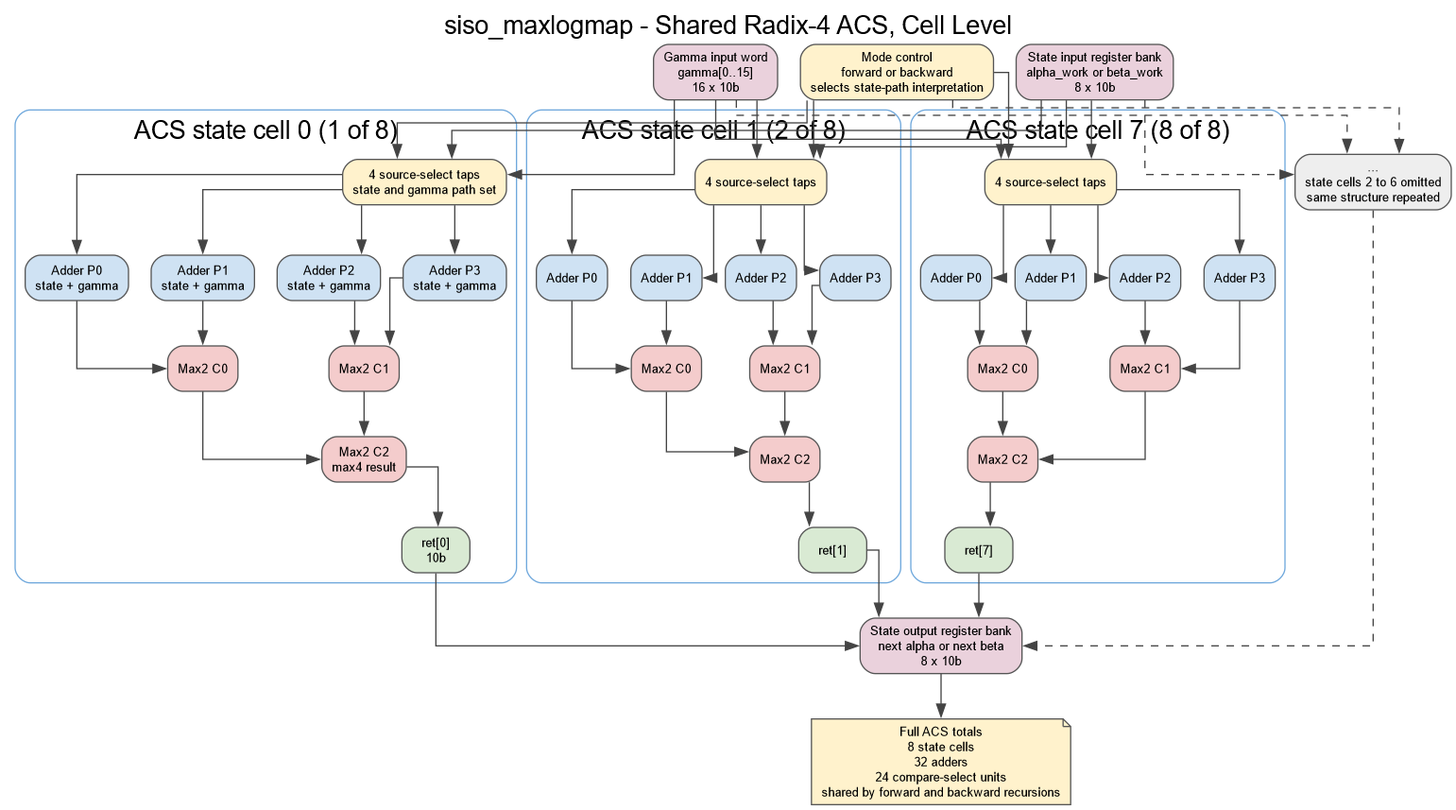
Earlier version of the Graphviz export architecture_exports/siso_maxlogmap/cell_level/SISO_RADIX4_ACS_CELL_LEVEL.png (HarshithaModekurty/Parallel-Turbo-Decoder-ASIC-for-3GPP-LTE). Its source is kept beside it as architecture_exports/siso_maxlogmap/cell_level/SISO_RADIX4_ACS_CELL_LEVEL.dot. Source of this version:
```dot
digraph G {
  rankdir=TB;
  splines=ortho;
  graph [labelloc=t, fontsize=20, fontname="Helvetica", label="siso_maxlogmap - Shared Radix-4 ACS, Cell Level"];
  node [shape=box, style="rounded,filled", fontname="Helvetica", fontsize=10, color="#555555", fillcolor="#f8f6ef"];
  edge [fontname="Helvetica", fontsize=9, color="#444444"];

  inreg [label="State input register bank\nalpha_work or beta_work\n8 x 10b", fillcolor="#ead1dc"];
  gamma [label="Gamma input word\ngamma[0..15]\n16 x 10b", fillcolor="#ead1dc"];
  mode [label="Mode control\nforward or backward\nselects state-path interpretation", fillcolor="#fff2cc"];

  subgraph cluster_cell0 {
    label="ACS state cell 0 (1 of 8)";
    color="#6fa8dc";
    style="rounded";
    mux0 [label="4 source-select taps\nstate and gamma path set", fillcolor="#fff2cc"];
    add00 [label="Adder P0\nstate + gamma", fillcolor="#cfe2f3"];
    add01 [label="Adder P1\nstate + gamma", fillcolor="#cfe2f3"];
    add02 [label="Adder P2\nstate + gamma", fillcolor="#cfe2f3"];
    add03 [label="Adder P3\nstate + gamma", fillcolor="#cfe2f3"];
    max0a [label="Max2 C0", fillcolor="#f4cccc"];
    max0b [label="Max2 C1", fillcolor="#f4cccc"];
    max0c [label="Max2 C2\nmax4 result", fillcolor="#f4cccc"];
    out0 [label="ret[0]\n10b", fillcolor="#d9ead3"];
  }

  subgraph cluster_cell1 {
    label="ACS state cell 1 (2 of 8)";
    color="#6fa8dc";
    style="rounded";
    mux1 [label="4 source-select taps", fillcolor="#fff2cc"];
    add10 [label="Adder P0", fillcolor="#cfe2f3"];
    add11 [label="Adder P1", fillcolor="#cfe2f3"];
    add12 [label="Adder P2", fillcolor="#cfe2f3"];
    add13 [label="Adder P3", fillcolor="#cfe2f3"];
    max1a [label="Max2 C0", fillcolor="#f4cccc"];
    max1b [label="Max2 C1", fillcolor="#f4cccc"];
    max1c [label="Max2 C2", fillcolor="#f4cccc"];
    out1 [label="ret[1]", fillcolor="#d9ead3"];
  }

  dots [label="...\nstate cells 2 to 6 omitted\nsame structure repeated", fillcolor="#eeeeee"];

  subgraph cluster_cell7 {
    label="ACS state cell 7 (8 of 8)";
    color="#6fa8dc";
    style="rounded";
    mux7 [label="4 source-select taps", fillcolor="#fff2cc"];
    add70 [label="Adder P0", fillcolor="#cfe2f3"];
    add71 [label="Adder P1", fillcolor="#cfe2f3"];
    add72 [label="Adder P2", fillcolor="#cfe2f3"];
    add73 [label="Adder P3", fillcolor="#cfe2f3"];
    max7a [label="Max2 C0", fillcolor="#f4cccc"];
    max7b [label="Max2 C1", fillcolor="#f4cccc"];
    max7c [label="Max2 C2", fillcolor="#f4cccc"];
    out7 [label="ret[7]", fillcolor="#d9ead3"];
  }

  outreg [label="State output register bank\nnext alpha or next beta\n8 x 10b", fillcolor="#ead1dc"];
  note [label="Full ACS totals\n8 state cells\n32 adders\n24 compare-select units\nshared by forward and backward recursions", shape=note, fillcolor="#fff2cc"];

  inreg -> mux0;
  gamma -> mux0;
  mode -> mux0;
  mux0 -> add00;
  mux0 -> add01;
  mux0 -> add02;
  mux0 -> add03;
  add00 -> max0a;
  add01 -> max0a;
  add02 -> max0b;
  add03 -> max0b;
  max0a -> max0c;
  max0b -> max0c;
  max0c -> out0;

  inreg -> mux1;
  gamma -> mux1;
  mode -> mux1;
  mux1 -> add10;
  mux1 -> add11;
  mux1 -> add12;
  mux1 -> add13;
  add10 -> max1a;
  add11 -> max1a;
  add12 -> max1b;
  add13 -> max1b;
  max1a -> max1c;
  max1b -> max1c;
  max1c -> out1;

  inreg -> dots [style=dashed];
  gamma -> dots [style=dashed];
  mode -> dots [style=dashed];

  inreg -> mux7;
  gamma -> mux7;
  mode -> mux7;
  mux7 -> add70;
  mux7 -> add71;
  mux7 -> add72;
  mux7 -> add73;
  add70 -> max7a;
  add71 -> max7a;
  add72 -> max7b;
  add73 -> max7b;
  max7a -> max7c;
  max7b -> max7c;
  max7c -> out7;

  out0 -> outreg;
  out1 -> outreg;
  dots -> outreg [style=dashed];
  out7 -> outreg;
  outreg -> note;
}
```
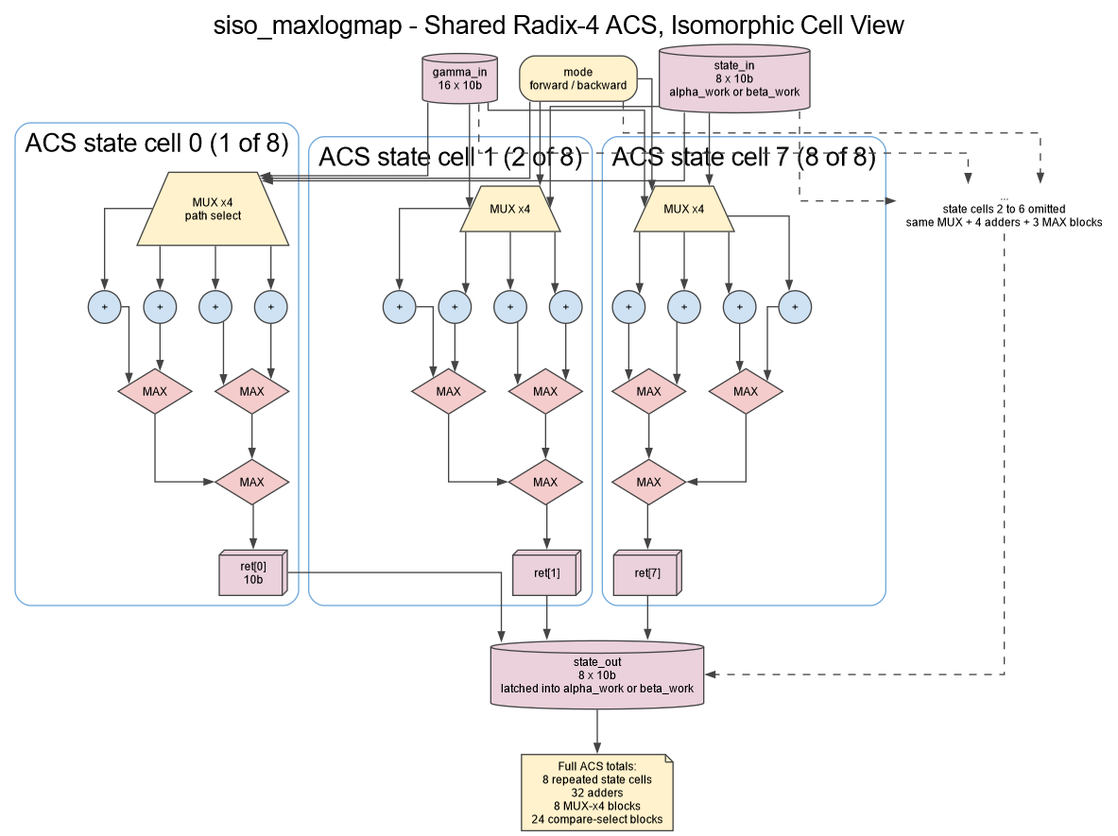
The same file after the commit.

Change to the diagram source:
```diff
@@ -1,116 +1,122 @@
 digraph G {
   rankdir=TB;
   splines=ortho;
-  graph [labelloc=t, fontsize=20, fontname="Helvetica", label="siso_maxlogmap - Shared Radix-4 ACS, Cell Level"];
-  node [shape=box, style="rounded,filled", fontname="Helvetica", fontsize=10, color="#555555", fillcolor="#f8f6ef"];
-  edge [fontname="Helvetica", fontsize=9, color="#444444"];
+  graph [labelloc=t, fontsize=20, fontname="Helvetica", label="siso_maxlogmap - Shared Radix-4 ACS, Isomorphic Cell View"];
+  node [fontname="Helvetica", fontsize=9, color="#444444"];
+  edge [fontname="Helvetica", fontsize=8, color="#444444", arrowsize=0.7];
 
-  inreg [label="State input register bank\nalpha_work or beta_work\n8 x 10b", fillcolor="#ead1dc"];
-  gamma [label="Gamma input word\ngamma[0..15]\n16 x 10b", fillcolor="#ead1dc"];
-  mode [label="Mode control\nforward or backward\nselects state-path interpretation", fillcolor="#fff2cc"];
+  statein [shape=cylinder, style="filled", fillcolor="#ead1dc", label="state_in\n8 x 10b\nalpha_work or beta_work"];
+  gammain [shape=cylinder, style="filled", fillcolor="#ead1dc", label="gamma_in\n16 x 10b"];
+  mode [shape=box, style="rounded,filled", fillcolor="#fff2cc", label="mode\nforward / backward"];
 
-  subgraph cluster_cell0 {
+  subgraph cluster_s0 {
     label="ACS state cell 0 (1 of 8)";
     color="#6fa8dc";
     style="rounded";
-    mux0 [label="4 source-select taps\nstate and gamma path set", fillcolor="#fff2cc"];
-    add00 [label="Adder P0\nstate + gamma", fillcolor="#cfe2f3"];
-    add01 [label="Adder P1\nstate + gamma", fillcolor="#cfe2f3"];
-    add02 [label="Adder P2\nstate + gamma", fillcolor="#cfe2f3"];
-    add03 [label="Adder P3\nstate + gamma", fillcolor="#cfe2f3"];
-    max0a [label="Max2 C0", fillcolor="#f4cccc"];
-    max0b [label="Max2 C1", fillcolor="#f4cccc"];
-    max0c [label="Max2 C2\nmax4 result", fillcolor="#f4cccc"];
-    out0 [label="ret[0]\n10b", fillcolor="#d9ead3"];
+
+    mux0 [shape=trapezium, style="filled", fillcolor="#fff2cc", label="MUX x4\npath select"];
+    a00 [shape=circle, style="filled", fillcolor="#cfe2f3", width=0.36, fixedsize=true, label="+"];
+    a01 [shape=circle, style="filled", fillcolor="#cfe2f3", width=0.36, fixedsize=true, label="+"];
+    a02 [shape=circle, style="filled", fillcolor="#cfe2f3", width=0.36, fixedsize=true, label="+"];
+    a03 [shape=circle, style="filled", fillcolor="#cfe2f3", width=0.36, fixedsize=true, label="+"];
+    m00 [shape=diamond, style="filled", fillcolor="#f4cccc", label="MAX"];
+    m01 [shape=diamond, style="filled", fillcolor="#f4cccc", label="MAX"];
+    m02 [shape=diamond, style="filled", fillcolor="#f4cccc", label="MAX"];
+    r0 [shape=box3d, style="filled", fillcolor="#ead1dc", label="ret[0]\n10b"];
+
+    mux0 -> a00;
+    mux0 -> a01;
+    mux0 -> a02;
+    mux0 -> a03;
+    a00 -> m00;
+    a01 -> m00;
+    a02 -> m01;
+    a03 -> m01;
+    m00 -> m02;
+    m01 -> m02;
+    m02 -> r0;
   }
 
-  subgraph cluster_cell1 {
+  subgraph cluster_s1 {
     label="ACS state cell 1 (2 of 8)";
     color="#6fa8dc";
     style="rounded";
-    mux1 [label="4 source-select taps", fillcolor="#fff2cc"];
-    add10 [label="Adder P0", fillcolor="#cfe2f3"];
-    add11 [label="Adder P1", fillcolor="#cfe2f3"];
-    add12 [label="Adder P2", fillcolor="#cfe2f3"];
-    add13 [label="Adder P3", fillcolor="#cfe2f3"];
-    max1a [label="Max2 C0", fillcolor="#f4cccc"];
-    max1b [label="Max2 C1", fillcolor="#f4cccc"];
-    max1c [label="Max2 C2", fillcolor="#f4cccc"];
-    out1 [label="ret[1]", fillcolor="#d9ead3"];
+
+    mux1 [shape=trapezium, style="filled", fillcolor="#fff2cc", label="MUX x4"];
+    a10 [shape=circle, style="filled", fillcolor="#cfe2f3", width=0.36, fixedsize=true, label="+"];
+    a11 [shape=circle, style="filled", fillcolor="#cfe2f3", width=0.36, fixedsize=true, label="+"];
+    a12 [shape=circle, style="filled", fillcolor="#cfe2f3", width=0.36, fixedsize=true, label="+"];
+    a13 [shape=circle, style="filled", fillcolor="#cfe2f3", width=0.36, fixedsize=true, label="+"];
+    m10 [shape=diamond, style="filled", fillcolor="#f4cccc", label="MAX"];
+    m11 [shape=diamond, style="filled", fillcolor="#f4cccc", label="MAX"];
+    m12 [shape=diamond, style="filled", fillcolor="#f4cccc", label="MAX"];
+    r1 [shape=box3d, style="filled", fillcolor="#ead1dc", label="ret[1]"];
+
+    mux1 -> a10;
+    mux1 -> a11;
+    mux1 -> a12;
+    mux1 -> a13;
+    a10 -> m10;
+    a11 -> m10;
+    a12 -> m11;
+    a13 -> m11;
+    m10 -> m12;
+    m11 -> m12;
+    m12 -> r1;
   }
 
-  dots [label="...\nstate cells 2 to 6 omitted\nsame structure repeated", fillcolor="#eeeeee"];
+  dots [shape=plaintext, label="...\nstate cells 2 to 6 omitted\nsame MUX + 4 adders + 3 MAX blocks"];
 
-  subgraph cluster_cell7 {
+  subgraph cluster_s7 {
     label="ACS state cell 7 (8 of 8)";
     color="#6fa8dc";
     style="rounded";
-    mux7 [label="4 source-select taps", fillcolor="#fff2cc"];
-    add70 [label="Adder P0", fillcolor="#cfe2f3"];
-    add71 [label="Adder P1", fillcolor="#cfe2f3"];
-    add72 [label="Adder P2", fillcolor="#cfe2f3"];
-    add73 [label="Adder P3", fillcolor="#cfe2f3"];
-    max7a [label="Max2 C0", fillcolor="#f4cccc"];
-    max7b [label="Max2 C1", fillcolor="#f4cccc"];
-    max7c [label="Max2 C2", fillcolor="#f4cccc"];
-    out7 [label="ret[7]", fillcolor="#d9ead3"];
+
+    mux7 [shape=trapezium, style="filled", fillcolor="#fff2cc", label="MUX x4"];
+    a70 [shape=circle, style="filled", fillcolor="#cfe2f3", width=0.36, fixedsize=true, label="+"];
+    a71 [shape=circle, style="filled", fillcolor="#cfe2f3", width=0.36, fixedsize=true, label="+"];
+    a72 [shape=circle, style="filled", fillcolor="#cfe2f3", width=0.36, fixedsize=true, label="+"];
+    a73 [shape=circle, style="filled", fillcolor="#cfe2f3", width=0.36, fixedsize=true, label="+"];
+    m70 [shape=diamond, style="filled", fillcolor="#f4cccc", label="MAX"];
+    m71 [shape=diamond, style="filled", fillcolor="#f4cccc", label="MAX"];
+    m72 [shape=diamond, style="filled", fillcolor="#f4cccc", label="MAX"];
+    r7 [shape=box3d, style="filled", fillcolor="#ead1dc", label="ret[7]"];
+
+    mux7 -> a70;
+    mux7 -> a71;
+    mux7 -> a72;
+    mux7 -> a73;
+    a70 -> m70;
+    a71 -> m70;
+    a72 -> m71;
+    a73 -> m71;
+    m70 -> m72;
+    m71 -> m72;
+    m72 -> r7;
   }
 
-  outreg [label="State output register bank\nnext alpha or next beta\n8 x 10b", fillcolor="#ead1dc"];
-  note [label="Full ACS totals\n8 state cells\n32 adders\n24 compare-select units\nshared by forward and backward recursions", shape=note, fillcolor="#fff2cc"];
+  stateout [shape=cylinder, style="filled", fillcolor="#ead1dc", label="state_out\n8 x 10b\nlatched into alpha_work or beta_work"];
+  note [shape=note, style="filled", fillcolor="#fff2cc", label="Full ACS totals:\n8 repeated state cells\n32 adders\n8 MUX-x4 blocks\n24 compare-select blocks"];
 
-  inreg -> mux0;
-  gamma -> mux0;
+  statein -> mux0;
+  gammain -> mux0;
   mode -> mux0;
-  mux0 -> add00;
-  mux0 -> add01;
-  mux0 -> add02;
-  mux0 -> add03;
-  add00 -> max0a;
-  add01 -> max0a;
-  add02 -> max0b;
-  add03 -> max0b;
-  max0a -> max0c;
-  max0b -> max0c;
-  max0c -> out0;
 
-  inreg -> mux1;
-  gamma -> mux1;
+  statein -> mux1;
+  gammain -> mux1;
   mode -> mux1;
-  mux1 -> add10;
-  mux1 -> add11;
-  mux1 -> add12;
-  mux1 -> add13;
-  add10 -> max1a;
-  add11 -> max1a;
-  add12 -> max1b;
-  add13 -> max1b;
-  max1a -> max1c;
-  max1b -> max1c;
-  max1c -> out1;
 
-  inreg -> dots [style=dashed];
-  gamma -> dots [style=dashed];
+  statein -> dots [style=dashed];
+  gammain -> dots [style=dashed];
   mode -> dots [style=dashed];
 
-  inreg -> mux7;
-  gamma -> mux7;
+  statein -> mux7;
+  gammain -> mux7;
   mode -> mux7;
-  mux7 -> add70;
-  mux7 -> add71;
-  mux7 -> add72;
-  mux7 -> add73;
-  add70 -> max7a;
-  add71 -> max7a;
-  add72 -> max7b;
-  add73 -> max7b;
-  max7a -> max7c;
-  max7b -> max7c;
-  max7c -> out7;
 
-  out0 -> outreg;
-  out1 -> outreg;
-  dots -> outreg [style=dashed];
-  out7 -> outreg;
-  outreg -> note;
+  r0 -> stateout;
+  r1 -> stateout;
+  dots -> stateout [style=dashed];
+  r7 -> stateout;
+  stateout -> note;
 }
```
